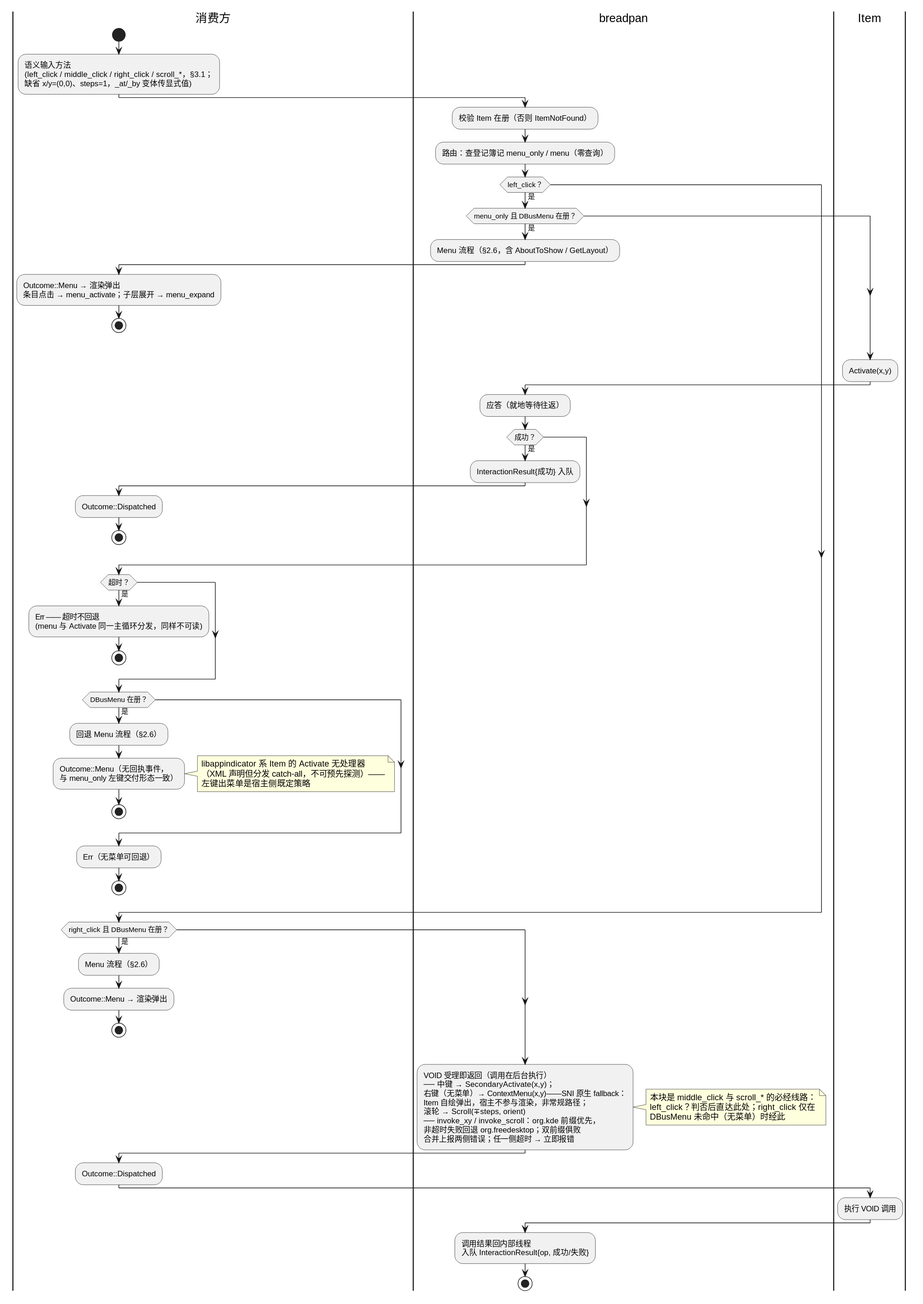
54m43lJ/BreadKnife keeps this PlantUML diagram as diagram/breadpan-input-routing.svg. Above is the earlier version.
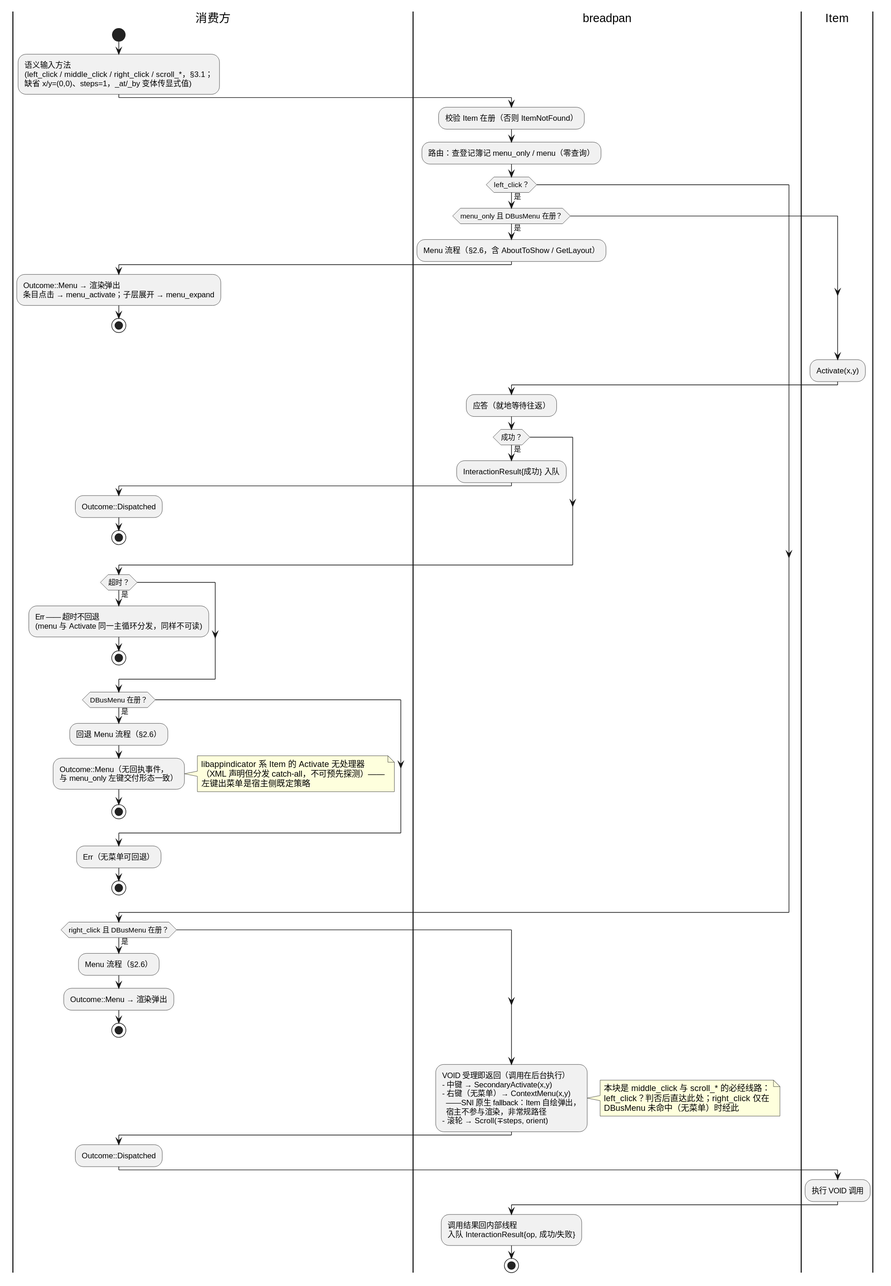
After the change.

Commit message:
docs(diagram): §2.7 VOID 块改用 bullet list 列明各输入行为

- 中键/右键（无菜单）/滚轮三条映射以 '- ' 列表列出，
  去掉 ASCII 时期的 ── 分隔符
- invoke_xy/invoke_scroll 前缀回退细则属 CODE §3.5.2 内部
  细节且对左键同样适用，从面向消费方的活动图中移除

What changed in the source:
```diff
@@ -55,13 +55,11 @@
 endif
 |breadpan|
 :VOID 受理即返回（调用在后台执行）
-── 中键 → SecondaryActivate(x,y)；
-右键（无菜单）→ ContextMenu(x,y)——SNI 原生 fallback：
-Item 自绘弹出，宿主不参与渲染，非常规路径；
-滚轮 → Scroll(∓steps, orient)
-── invoke_xy / invoke_scroll：org.kde 前缀优先，
-非超时失败回退 org.freedesktop；双前缀俱败
-合并上报两侧错误；任一侧超时 → 立即报错;
+- 中键 → SecondaryActivate(x,y)
+- 右键（无菜单）→ ContextMenu(x,y)
+  ——SNI 原生 fallback：Item 自绘弹出，
+  宿主不参与渲染，非常规路径
+- 滚轮 → Scroll(∓steps, orient);
 note right
   本块是 middle_click 与 scroll_* 的必经线路：
   left_click？判否后直达此处；right_click 仅在
```
